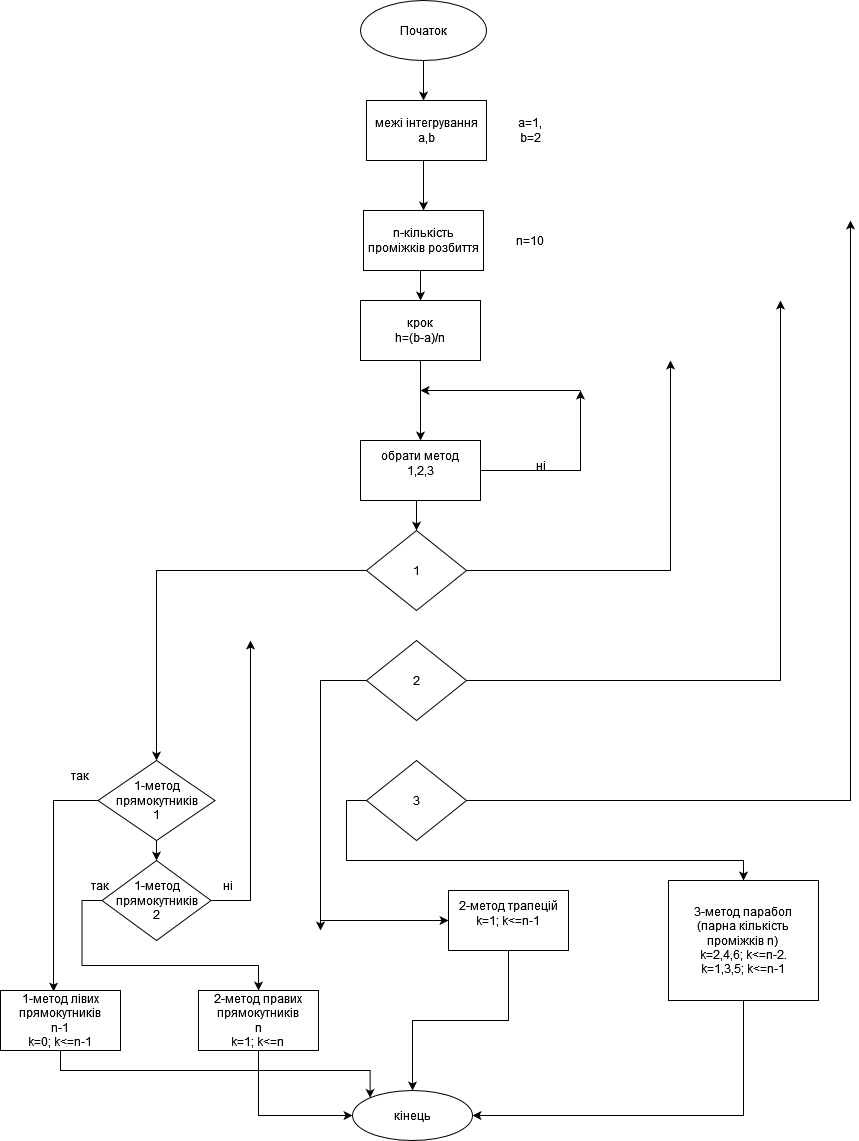
This is Untitled Diagram.drawio.png from VolodymyrLutskevych-PE-12/Lab_2_Volodymyr-Lutskevych_PE-12_-1-, a draw.io export, as it was before one commit. Source tidied: cells renumbered, new cells last; positions are measured from the earlier drawing's top-left corner, leaving out a move shared by most shapes.
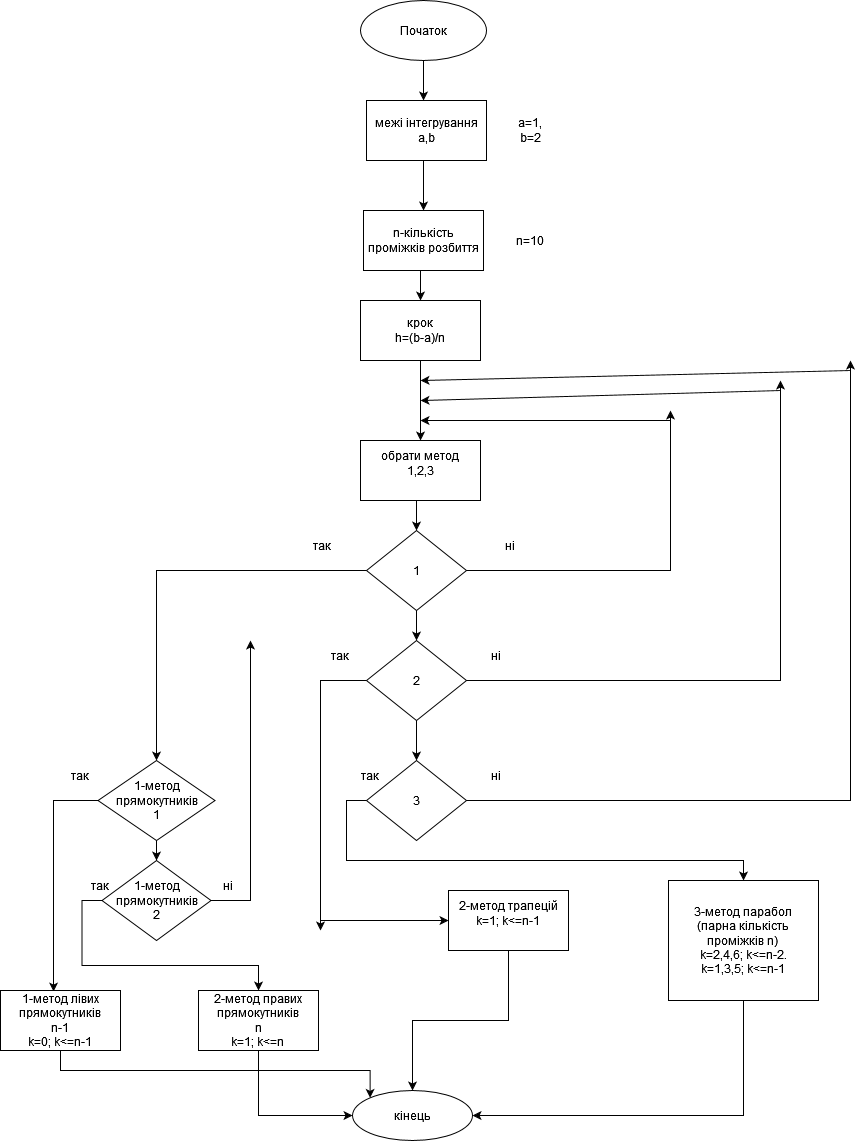
Above is the later version.

What changed in the source:
```diff
@@ -58,11 +58,6 @@
     <mxCell id="18" value="n=10" style="text;html=1;strokeColor=none;fillColor=none;align=center;verticalAlign=middle;whiteSpace=wrap;rounded=0;" parent="1" vertex="1">
       <mxGeometry x="500" y="225" width="60" height="30" as="geometry" />
     </mxCell>
-    <mxCell id="19" style="edgeStyle=orthogonalEdgeStyle;rounded=0;jettySize=auto;html=1;" parent="1" edge="1" source="31">
-      <mxGeometry relative="1" as="geometry">
-        <mxPoint x="580" y="390" as="targetPoint" />
-      </mxGeometry>
-    </mxCell>
     <mxCell id="20" style="edgeStyle=orthogonalEdgeStyle;rounded=0;jettySize=auto;html=1;exitX=0.5;exitY=1;exitDx=0;exitDy=0;entryX=0.5;entryY=0;entryDx=0;entryDy=0;" parent="1" edge="1" source="21">
       <mxGeometry relative="1" as="geometry">
         <mxPoint x="420" y="440" as="targetPoint" />
@@ -71,9 +66,6 @@
     <mxCell id="21" value="&lt;div&gt;крок&lt;/div&gt;&lt;div&gt;h=(b-a)/n&lt;br&gt;&lt;/div&gt;" style="rounded=0;whiteSpace=wrap;html=1;" parent="1" vertex="1">
       <mxGeometry x="360" y="300" width="120" height="60" as="geometry" />
     </mxCell>
-    <mxCell id="22" value="ні" style="text;html=1;strokeColor=none;fillColor=none;align=center;verticalAlign=middle;whiteSpace=wrap;rounded=0;" parent="1" vertex="1">
-      <mxGeometry x="511" y="450" width="60" height="30" as="geometry" />
-    </mxCell>
     <mxCell id="23" style="edgeStyle=orthogonalEdgeStyle;rounded=0;jettySize=auto;html=1;exitX=0.5;exitY=1;exitDx=0;exitDy=0;entryX=0.5;entryY=0;entryDx=0;entryDy=0;" parent="1" edge="1" source="24" target="17">
       <mxGeometry relative="1" as="geometry" />
     </mxCell>
@@ -83,20 +75,17 @@
     <mxCell id="25" value="&lt;div&gt;3-метод парабол&lt;/div&gt;&lt;div&gt;(парна кількість проміжків n) &lt;br&gt;&lt;/div&gt;&lt;div&gt;k=2,4,6; k&amp;lt;=n-2.&lt;/div&gt;&lt;div&gt;k=1,3,5; k&amp;lt;=n-1&lt;br&gt; &lt;/div&gt;" style="rounded=0;whiteSpace=wrap;html=1;" parent="1" vertex="1">
       <mxGeometry x="668" y="880" width="150" height="120" as="geometry" />
     </mxCell>
-    <mxCell id="26" style="endArrow=classic;html=1;rounded=0;" parent="1" edge="1">
-      <mxGeometry relative="1" as="geometry">
-        <mxPoint x="580" y="390" as="sourcePoint" />
-        <mxPoint x="420" y="390" as="targetPoint" />
-      </mxGeometry>
-    </mxCell>
     <mxCell id="27" style="edgeStyle=orthogonalEdgeStyle;rounded=0;jettySize=auto;html=1;exitX=0;exitY=0.5;exitDx=0;exitDy=0;entryX=0.5;entryY=0;entryDx=0;entryDy=0;" parent="1" edge="1" source="29" target="7">
       <mxGeometry relative="1" as="geometry" />
     </mxCell>
     <mxCell id="28" style="edgeStyle=orthogonalEdgeStyle;rounded=0;jettySize=auto;html=1;exitX=1;exitY=0.5;exitDx=0;exitDy=0;" parent="1" edge="1" source="29">
       <mxGeometry relative="1" as="geometry">
-        <mxPoint x="670" y="360" as="targetPoint" />
+        <mxPoint x="670" y="410" as="targetPoint" />
       </mxGeometry>
     </mxCell>
+    <mxCell id="45" style="edgeStyle=orthogonalEdgeStyle;rounded=0;jettySize=auto;html=1;exitX=0.5;exitY=1;exitDx=0;exitDy=0;entryX=0.5;entryY=0;entryDx=0;entryDy=0;" parent="1" edge="1" source="29" target="37">
+      <mxGeometry relative="1" as="geometry" />
+    </mxCell>
     <mxCell id="29" value="1" style="rhombus;whiteSpace=wrap;html=1;" parent="1" vertex="1">
       <mxGeometry x="366" y="530" width="100" height="80" as="geometry" />
     </mxCell>
@@ -124,9 +113,12 @@
     </mxCell>
     <mxCell id="36" style="edgeStyle=orthogonalEdgeStyle;rounded=0;jettySize=auto;html=1;exitX=1;exitY=0.5;exitDx=0;exitDy=0;" parent="1" edge="1" source="37">
       <mxGeometry relative="1" as="geometry">
-        <mxPoint x="780" y="300" as="targetPoint" />
+        <mxPoint x="780" y="380" as="targetPoint" />
       </mxGeometry>
     </mxCell>
+    <mxCell id="46" style="edgeStyle=orthogonalEdgeStyle;rounded=0;jettySize=auto;html=1;exitX=0.5;exitY=1;exitDx=0;exitDy=0;entryX=0.5;entryY=0;entryDx=0;entryDy=0;" parent="1" edge="1" source="37" target="40">
+      <mxGeometry relative="1" as="geometry" />
+    </mxCell>
     <mxCell id="37" value="2" style="rhombus;whiteSpace=wrap;html=1;" parent="1" vertex="1">
       <mxGeometry x="366" y="640" width="100" height="80" as="geometry" />
     </mxCell>
@@ -135,7 +127,7 @@
     </mxCell>
     <mxCell id="39" style="edgeStyle=orthogonalEdgeStyle;rounded=0;jettySize=auto;html=1;exitX=1;exitY=0.5;exitDx=0;exitDy=0;" parent="1" edge="1" source="40">
       <mxGeometry relative="1" as="geometry">
-        <mxPoint x="850" y="220" as="targetPoint" />
+        <mxPoint x="850" y="360" as="targetPoint" />
       </mxGeometry>
     </mxCell>
     <mxCell id="40" value="3" style="rhombus;whiteSpace=wrap;html=1;" parent="1" vertex="1">
@@ -155,5 +147,41 @@
     <mxCell id="44" value="так" style="text;html=1;strokeColor=none;fillColor=none;align=center;verticalAlign=middle;whiteSpace=wrap;rounded=0;" parent="1" vertex="1">
       <mxGeometry x="70" y="870" width="60" height="30" as="geometry" />
     </mxCell>
+    <mxCell id="47" value="так" style="text;html=1;strokeColor=none;fillColor=none;align=center;verticalAlign=middle;whiteSpace=wrap;rounded=0;" parent="1" vertex="1">
+      <mxGeometry x="292" y="530" width="60" height="30" as="geometry" />
+    </mxCell>
+    <mxCell id="48" value="так" style="text;html=1;strokeColor=none;fillColor=none;align=center;verticalAlign=middle;whiteSpace=wrap;rounded=0;" parent="1" vertex="1">
+      <mxGeometry x="310" y="640" width="60" height="30" as="geometry" />
+    </mxCell>
+    <mxCell id="49" value="так" style="text;html=1;strokeColor=none;fillColor=none;align=center;verticalAlign=middle;whiteSpace=wrap;rounded=0;" parent="1" vertex="1">
+      <mxGeometry x="340" y="760" width="60" height="30" as="geometry" />
+    </mxCell>
+    <mxCell id="50" style="endArrow=classic;html=1;rounded=0;" parent="1" edge="1">
+      <mxGeometry relative="1" as="geometry">
+        <mxPoint x="670" y="420" as="sourcePoint" />
+        <mxPoint x="420" y="420" as="targetPoint" />
+      </mxGeometry>
+    </mxCell>
+    <mxCell id="51" style="endArrow=classic;html=1;rounded=0;" parent="1" edge="1">
+      <mxGeometry relative="1" as="geometry">
+        <mxPoint x="780" y="390" as="sourcePoint" />
+        <mxPoint x="420" y="400" as="targetPoint" />
+      </mxGeometry>
+    </mxCell>
+    <mxCell id="52" style="endArrow=classic;html=1;rounded=0;" parent="1" edge="1">
+      <mxGeometry relative="1" as="geometry">
+        <mxPoint x="850" y="370" as="sourcePoint" />
+        <mxPoint x="420" y="380" as="targetPoint" />
+      </mxGeometry>
+    </mxCell>
+    <mxCell id="53" value="ні" style="text;html=1;strokeColor=none;fillColor=none;align=center;verticalAlign=middle;whiteSpace=wrap;rounded=0;" parent="1" vertex="1">
+      <mxGeometry x="480" y="530" width="60" height="30" as="geometry" />
+    </mxCell>
+    <mxCell id="54" value="ні" style="text;html=1;strokeColor=none;fillColor=none;align=center;verticalAlign=middle;whiteSpace=wrap;rounded=0;" parent="1" vertex="1">
+      <mxGeometry x="466" y="640" width="60" height="30" as="geometry" />
+    </mxCell>
+    <mxCell id="55" value="ні" style="text;html=1;strokeColor=none;fillColor=none;align=center;verticalAlign=middle;whiteSpace=wrap;rounded=0;" parent="1" vertex="1">
+      <mxGeometry x="466" y="760" width="60" height="30" as="geometry" />
+    </mxCell>
   </root>
 </mxGraphModel>
```
